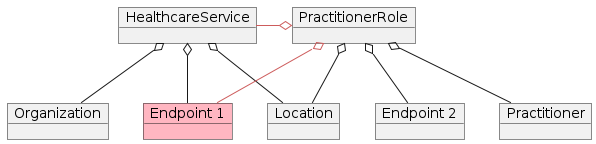
The PlantUML diagram images/diagrams/ObjectDiagram.Linked_HCS_and_PR.png in ichderjens/api-vzd, before a commit. Its diagram source:
```plantuml
@startuml ObjectDiagram.Linked_HCS_and_PR
object "HealthcareService" as hs1
object "PractitionerRole" as pr1
object "Organization" as o1
object "Location" as l1
object "Endpoint 1" as e1 #LightPink
object "Practitioner" as p1
object "Endpoint 2" as e2

hs1 o-- o1
hs1 o-- l1
hs1 o-- e1

pr1 o-- p1
pr1 o-- l1
pr1 o-- e2
pr1 o-- e1 #IndianRed
pr1 o-l- hs1 #IndianRed

@enduml
```
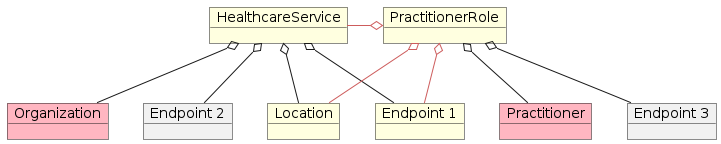
Above is the later version.

Commit message:
Commit from GitHub Actions (GeneratePlantumlImages)

The edit, as a diff of the source:
```diff
@@ -1,19 +1,21 @@
 @startuml ObjectDiagram.Linked_HCS_and_PR
-object "HealthcareService" as hs1
-object "PractitionerRole" as pr1
-object "Organization" as o1
-object "Location" as l1
-object "Endpoint 1" as e1 #LightPink
-object "Practitioner" as p1
+object "HealthcareService" as hs1 #LightYellow
+object "PractitionerRole" as pr1 #LightYellow
+object "Organization" as o1 #LightPink
+object "Location" as l1 #LightYellow
+object "Endpoint 1" as e1 #LightYellow
+object "Practitioner" as p1 #LightPink
 object "Endpoint 2" as e2
+object "Endpoint 3" as e3
 
 hs1 o-- o1
 hs1 o-- l1
 hs1 o-- e1
+hs1 o-- e2
 
 pr1 o-- p1
-pr1 o-- l1
-pr1 o-- e2
+pr1 o-- l1 #IndianRed
+pr1 o-- e3
 pr1 o-- e1 #IndianRed
 pr1 o-l- hs1 #IndianRed
 
```
